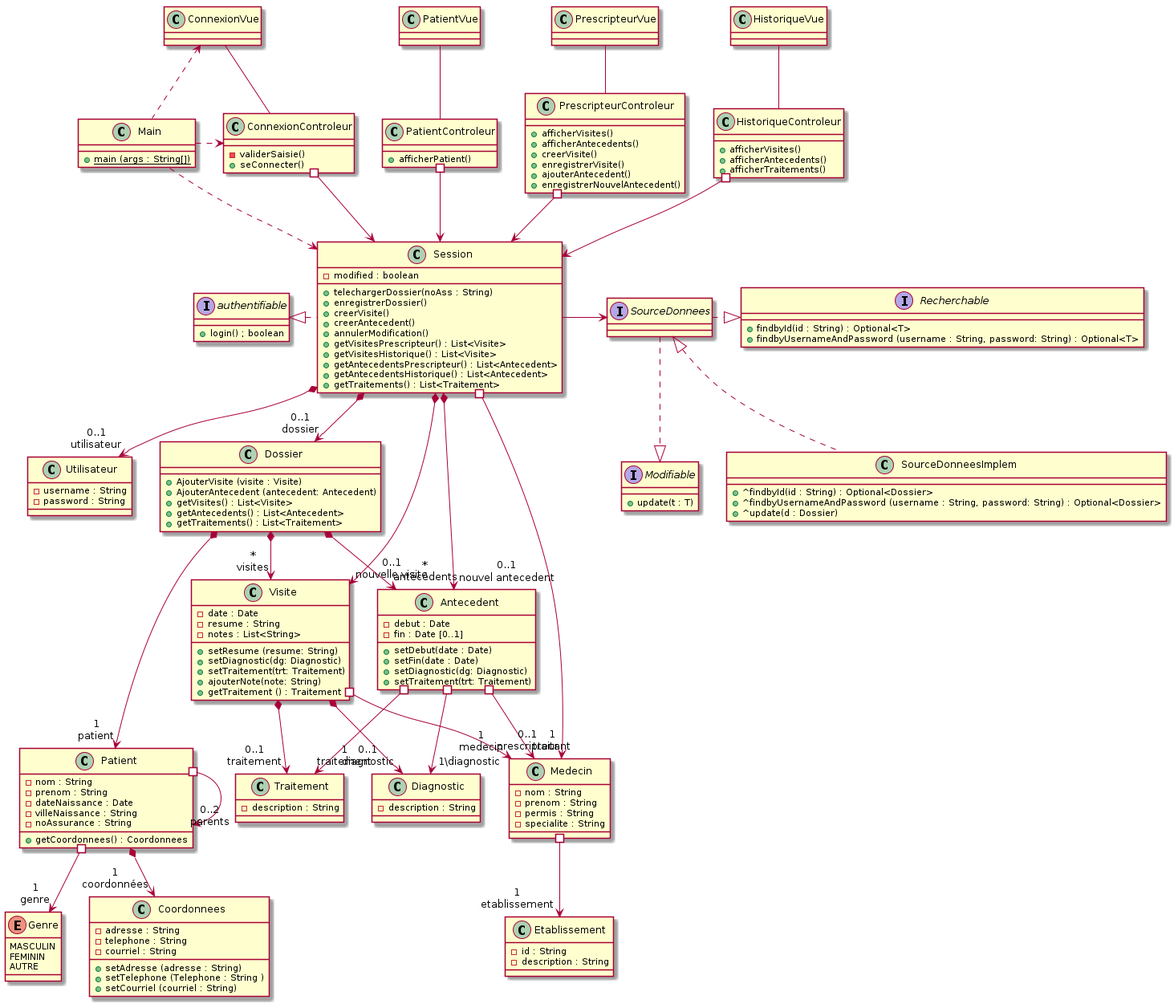
fethiuqam/INF5153-Projet-Session keeps this PlantUML diagram as models/Diagramme_Classes/medecin/class_diagram_medecin_mvc.png. Above is the earlier version.
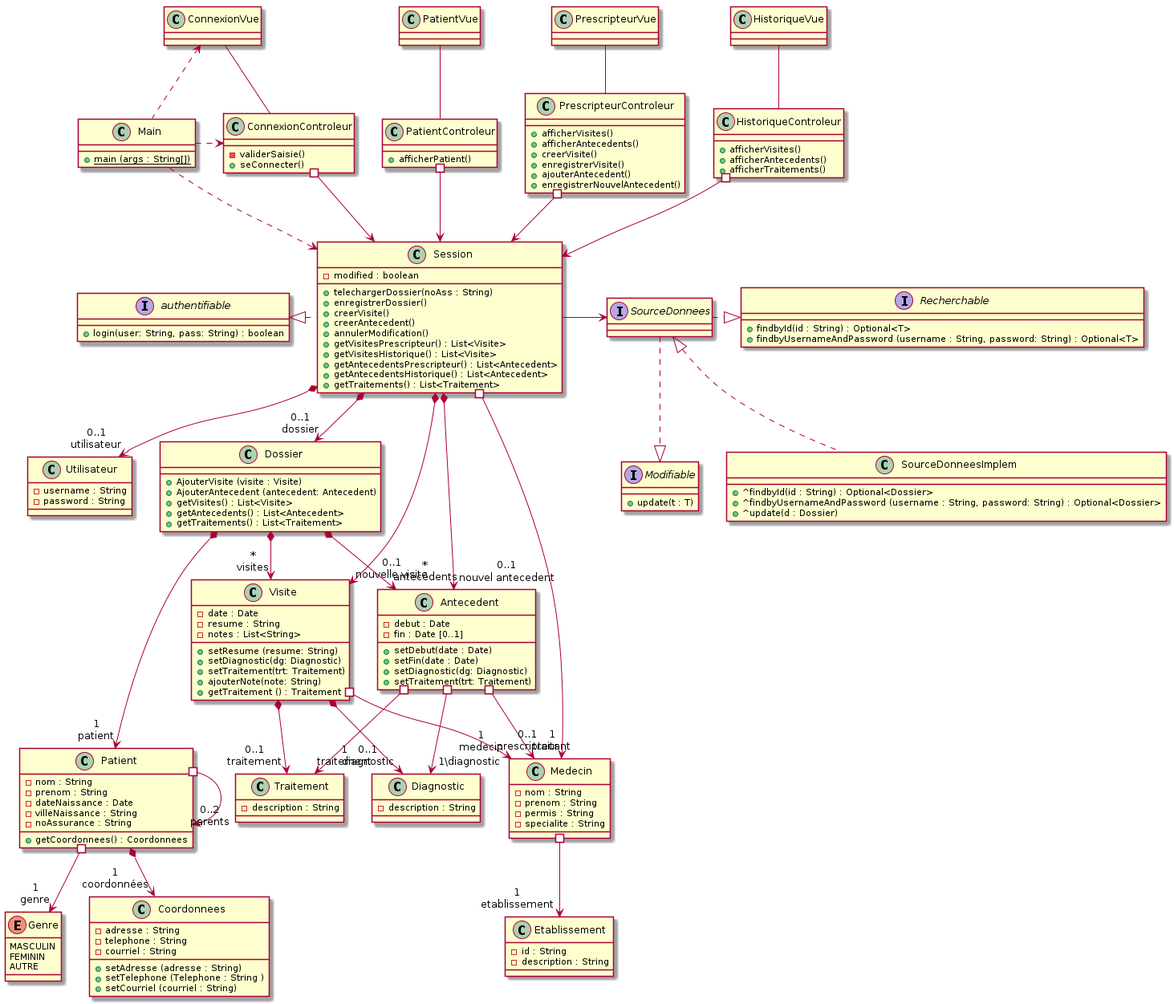
Above is the later version.

The edit, as a diff of the source:
```diff
@@ -111,7 +111,7 @@
 }
 
 interface authentifiable {
-    + login() ; boolean
+    + login(user: String, pass: String) : boolean
 }
 
 class ConnexionVue {
```
